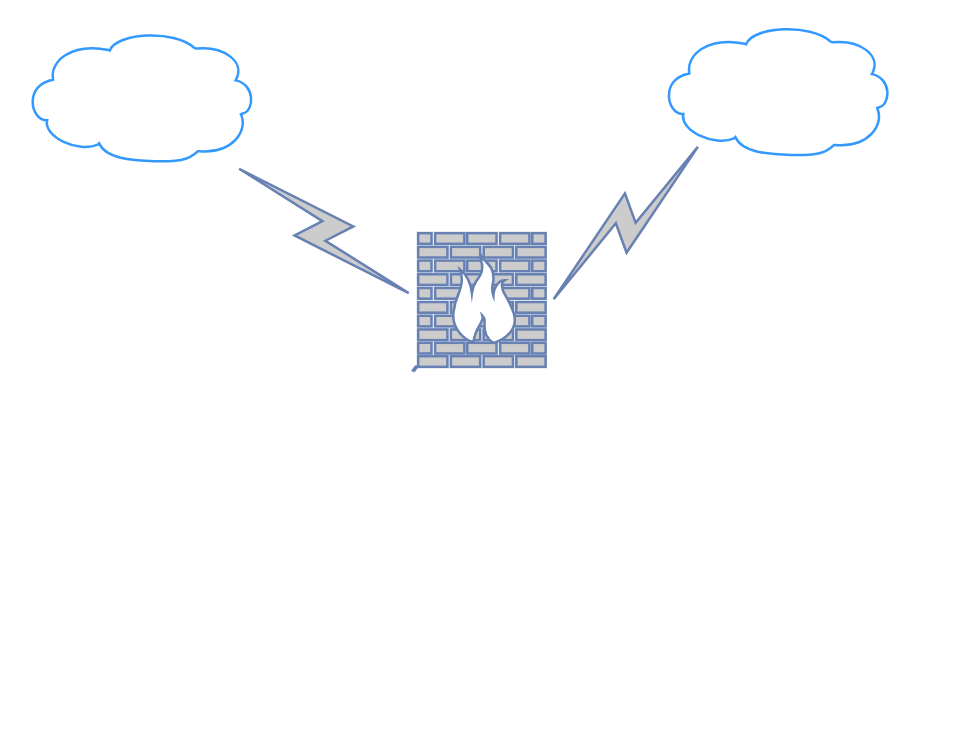
Earlier version of the draw.io diagram sodongly.drawio (pnptai94/giaydiduongbluezone). Source tidied: cells renumbered, new cells numbered last; positions are measured from the earlier drawing's top-left corner, leaving out a move shared by most shapes. Both pictures are drawn from the tidied source at 125%, with x=0, y=0 at pixel (22, 22).
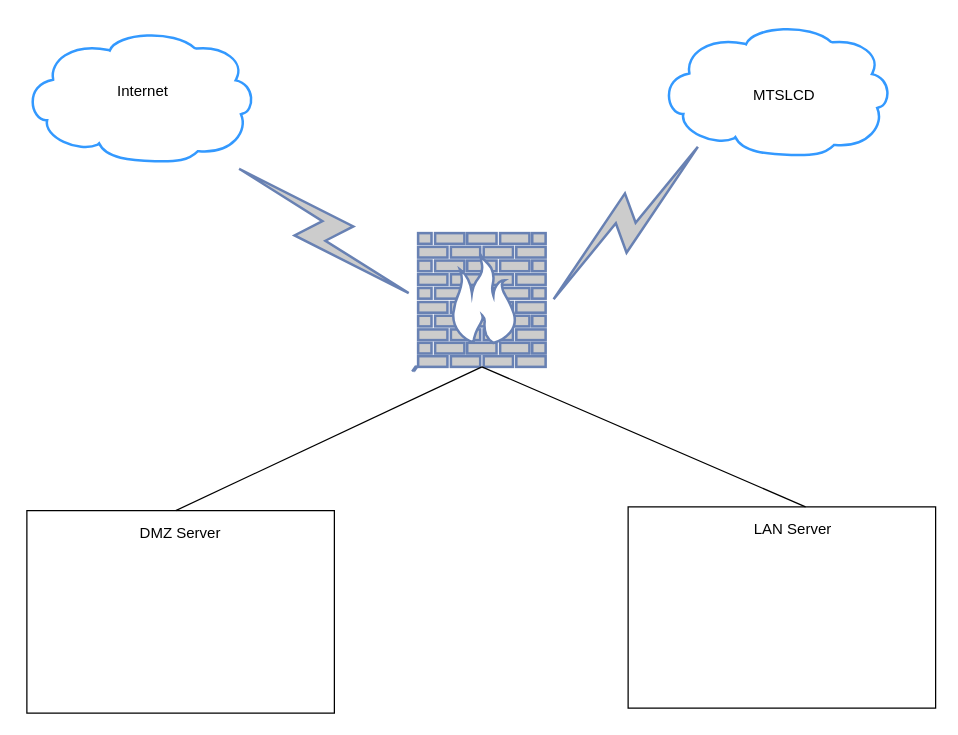
The same diagram, later.

Diff of the diagram source:
```diff
@@
 <mxGraphModel>
   <root>
     <mxCell id="0" />
     <mxCell id="1" parent="0" />
     <mxCell id="2" style="shape=mxgraph.cisco.storage.cloud;sketch=0;html=1;dashed=0;fillColor=none;strokeColor=#3399FF;strokeWidth=2;verticalLabelPosition=bottom;verticalAlign=top;align=center;outlineConnect=0;labelBackgroundColor=#FFFFFF;" parent="1" vertex="1">
       <mxGeometry y="5" width="186" height="106" as="geometry" />
     </mxCell>
     <mxCell id="3" style="shape=mxgraph.cisco.storage.cloud;sketch=0;html=1;dashed=0;fillColor=none;strokeColor=#3399FF;strokeWidth=2;verticalLabelPosition=bottom;verticalAlign=top;align=center;outlineConnect=0;labelBackgroundColor=#FFFFFF;" parent="1" vertex="1">
       <mxGeometry x="509" width="186" height="106" as="geometry" />
     </mxCell>
     <mxCell id="4" style="html=1;outlineConnect=0;fillColor=#CCCCCC;strokeColor=#6881B3;gradientColor=none;gradientDirection=north;strokeWidth=2;shape=mxgraph.networks.comm_link_edge;html=1;rounded=0;endArrow=none;endFill=0;startArrow=none;entryX=0.2;entryY=0.87;entryDx=0;entryDy=0;entryPerimeter=0;" parent="1" edge="1" source="5" target="3">
       <mxGeometry relative="1" as="geometry">
         <Array as="points">
           <mxPoint x="578" y="247" />
         </Array>
       </mxGeometry>
     </mxCell>
     <mxCell id="5" style="fontColor=#0066CC;verticalAlign=top;verticalLabelPosition=bottom;labelPosition=center;align=center;html=1;outlineConnect=0;fillColor=#CCCCCC;strokeColor=#6881B3;gradientColor=none;gradientDirection=north;strokeWidth=2;shape=mxgraph.networks.firewall;labelBackgroundColor=#FFFFFF;" parent="1" vertex="1">
       <mxGeometry x="316" y="168" width="102" height="107" as="geometry" />
     </mxCell>
     <mxCell id="6" style="html=1;outlineConnect=0;fillColor=#CCCCCC;strokeColor=#6881B3;gradientColor=none;gradientDirection=north;strokeWidth=2;shape=mxgraph.networks.comm_link_edge;html=1;rounded=0;endArrow=none;endFill=0;" parent="1" edge="1" target="5">
       <mxGeometry relative="1" as="geometry">
         <mxPoint x="311" y="279" as="sourcePoint" />
       </mxGeometry>
     </mxCell>
     <mxCell id="7" style="html=1;outlineConnect=0;fillColor=#CCCCCC;strokeColor=#6881B3;gradientColor=none;gradientDirection=north;strokeWidth=2;shape=mxgraph.networks.comm_link_edge;html=1;rounded=0;endArrow=none;endFill=0;entryX=0;entryY=0.5;entryDx=0;entryDy=0;entryPerimeter=0;" parent="1" edge="1" source="2" target="5">
       <mxGeometry relative="1" as="geometry" />
     </mxCell>
+    <mxCell id="8" style="edgeStyle=none;rounded=0;jettySize=auto;html=1;entryX=0.5;entryY=1;entryDx=0;entryDy=0;entryPerimeter=0;endArrow=none;endFill=0;exitX=0.484;exitY=0;exitDx=0;exitDy=0;exitPerimeter=0;" parent="1" edge="1" source="9" target="5">
+      <mxGeometry relative="1" as="geometry" />
+    </mxCell>
+    <mxCell id="9" style="verticalLabelPosition=bottom;verticalAlign=top;html=1;shape=mxgraph.basic.rect;fillColor2=none;strokeWidth=1;size=20;indent=5;labelBackgroundColor=#FFFFFF;fillColor=none;" parent="1" vertex="1">
+      <mxGeometry x="3" y="390" width="246" height="162" as="geometry" />
+    </mxCell>
+    <mxCell id="10" style="edgeStyle=none;rounded=0;jettySize=auto;html=1;entryX=0.5;entryY=1;entryDx=0;entryDy=0;entryPerimeter=0;endArrow=none;endFill=0;exitX=0.577;exitY=0;exitDx=0;exitDy=0;exitPerimeter=0;" parent="1" edge="1" source="11" target="5">
+      <mxGeometry relative="1" as="geometry" />
+    </mxCell>
+    <mxCell id="11" style="verticalLabelPosition=bottom;verticalAlign=top;html=1;shape=mxgraph.basic.rect;fillColor2=none;strokeWidth=1;size=20;indent=5;labelBackgroundColor=#FFFFFF;fillColor=none;" parent="1" vertex="1">
+      <mxGeometry x="484" y="387" width="246" height="161" as="geometry" />
+    </mxCell>
+    <mxCell id="12" value="DMZ Server" style="text;html=1;strokeColor=none;fillColor=none;align=center;verticalAlign=middle;whiteSpace=wrap;rounded=0;labelBackgroundColor=#FFFFFF;" parent="1" vertex="1">
+      <mxGeometry x="69" y="393" width="114" height="30" as="geometry" />
+    </mxCell>
+    <mxCell id="13" value="MTSLCD" style="text;html=1;strokeColor=none;fillColor=none;align=center;verticalAlign=middle;whiteSpace=wrap;rounded=0;labelBackgroundColor=#FFFFFF;" parent="1" vertex="1">
+      <mxGeometry x="579" y="43" width="60" height="30" as="geometry" />
+    </mxCell>
+    <mxCell id="14" value="Internet" style="text;html=1;strokeColor=none;fillColor=none;align=center;verticalAlign=middle;whiteSpace=wrap;rounded=0;labelBackgroundColor=#FFFFFF;" parent="1" vertex="1">
+      <mxGeometry x="66" y="40" width="60" height="30" as="geometry" />
+    </mxCell>
+    <mxCell id="15" value="LAN Server" style="text;html=1;strokeColor=none;fillColor=none;align=center;verticalAlign=middle;whiteSpace=wrap;rounded=0;labelBackgroundColor=#FFFFFF;" parent="1" vertex="1">
+      <mxGeometry x="559" y="390" width="114" height="30" as="geometry" />
+    </mxCell>
   </root>
 </mxGraphModel>
```
